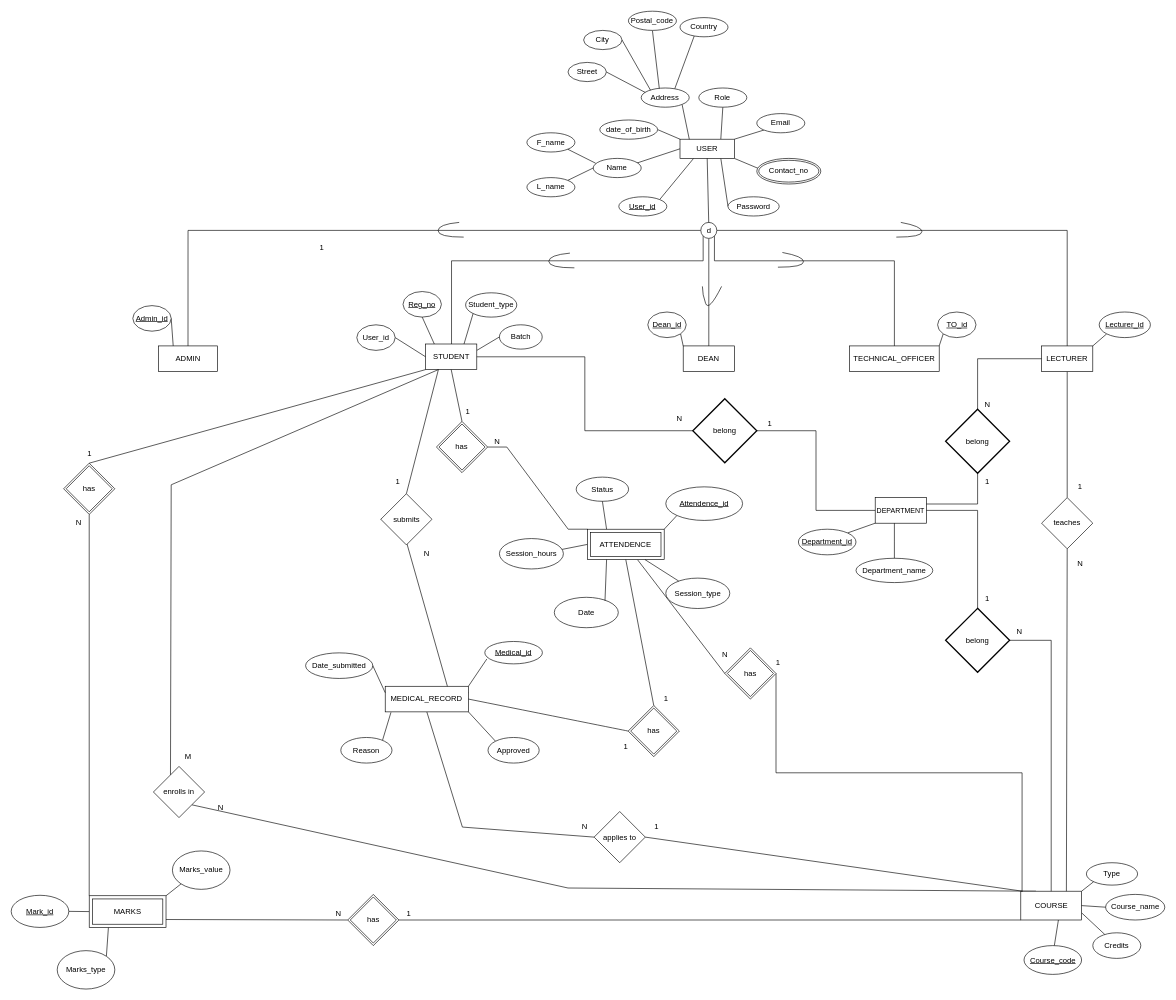
dilusharadeeshan/Student-Management-System keeps this draw.io diagram as page "Page-3" (2 of 2) of Resources/Updated EER and Mapping/EER and Mapping.drawio. Above is the earlier version. Source tidied: cells renumbered, new cells numbered last; positions are measured from the earlier drawing's top-left corner, leaving out a move shared by most shapes. Both pictures are drawn from the tidied source at 64%, with x=0, y=0 at pixel (11, 11).
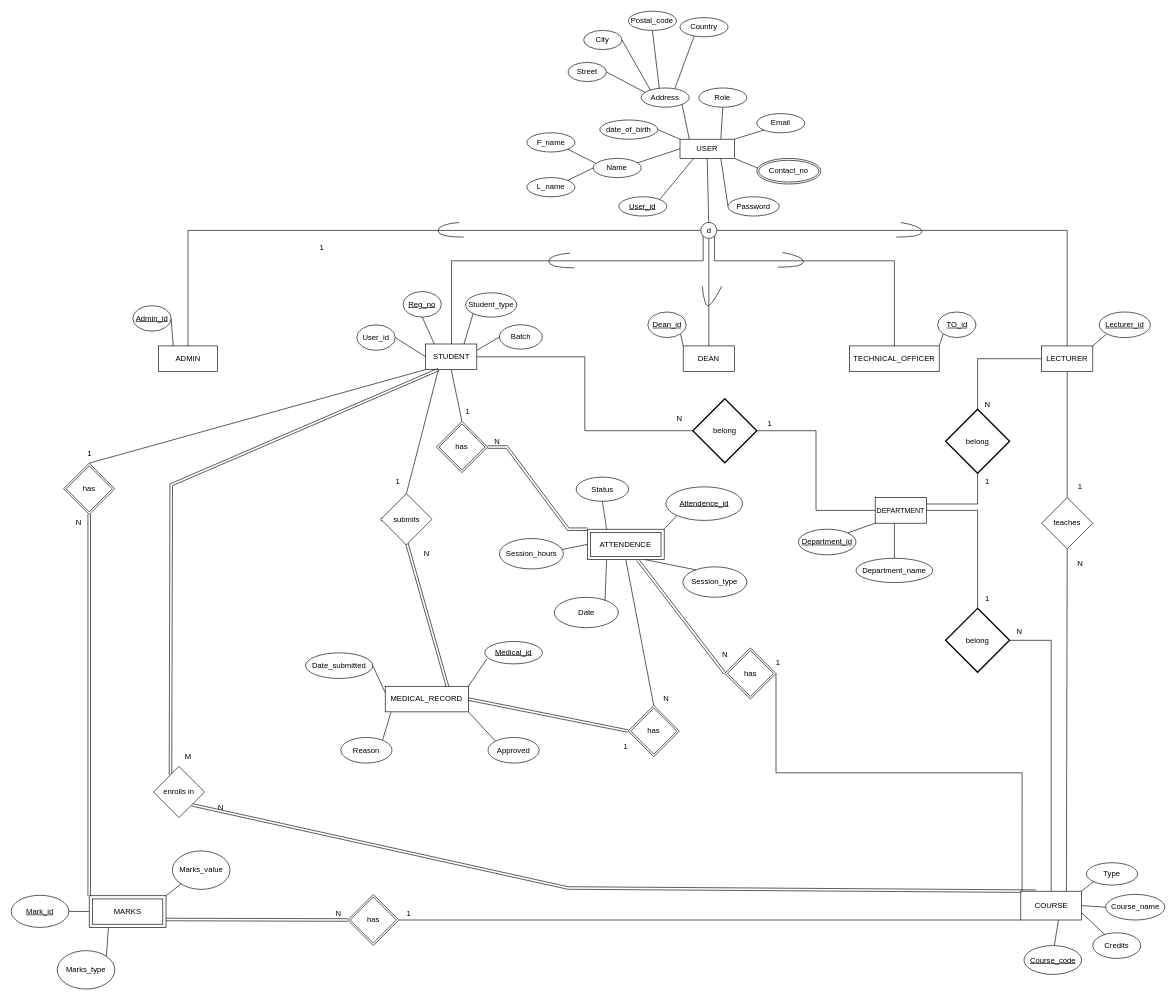
The same page after the edit.

Commit message (it also covers changes not shown here):
update eer , mapping

Unchanged cells that the change refers to:
```xml
<mxCell id="22" value="STUDENT" style="rounded=0;whiteSpace=wrap;html=1;strokeColor=default;strokeWidth=1;" parent="1" vertex="1">
  <mxGeometry x="647.5" y="520" width="80" height="40" as="geometry" />
</mxCell>
<mxCell id="35" value="COURSE" style="rounded=0;whiteSpace=wrap;html=1;strokeColor=default;strokeWidth=1;" parent="1" vertex="1">
  <mxGeometry x="1577.5" y="1375" width="95" height="45" as="geometry" />
</mxCell>
<mxCell id="41" value="ATTENDENCE" style="shape=ext;margin=3;double=1;whiteSpace=wrap;html=1;align=center;" parent="1" vertex="1">
  <mxGeometry x="900.3" y="809.4" width="120" height="47.5" as="geometry" />
</mxCell>
<mxCell id="45" value="MARKS" style="shape=ext;margin=3;double=1;whiteSpace=wrap;html=1;align=center;" parent="1" vertex="1">
  <mxGeometry x="121.9" y="1382.1" width="120" height="49.5" as="geometry" />
</mxCell>
<mxCell id="48" value="MEDICAL_RECORD" style="rounded=0;whiteSpace=wrap;html=1;strokeColor=default;strokeWidth=1;" parent="1" vertex="1">
  <mxGeometry x="584.4" y="1054.8" width="130" height="40" as="geometry" />
</mxCell>
<mxCell id="68" value="has" style="shape=rhombus;double=1;perimeter=rhombusPerimeter;whiteSpace=wrap;html=1;align=center;" parent="1" vertex="1">
  <mxGeometry x="525.8" y="1380" width="80" height="80" as="geometry" />
</mxCell>
<mxCell id="70" value="enrolls in" style="rhombus;whiteSpace=wrap;html=1;strokeColor=default;strokeWidth=1;" parent="1" vertex="1">
  <mxGeometry x="222.2" y="1180" width="80" height="80" as="geometry" />
</mxCell>
<mxCell id="73" value="has" style="shape=rhombus;double=1;perimeter=rhombusPerimeter;whiteSpace=wrap;html=1;align=center;" parent="1" vertex="1">
  <mxGeometry x="81.9" y="706.2" width="80" height="80" as="geometry" />
</mxCell>
<mxCell id="81" value="has" style="shape=rhombus;double=1;perimeter=rhombusPerimeter;whiteSpace=wrap;html=1;align=center;" parent="1" vertex="1">
  <mxGeometry x="664.4" y="641" width="80" height="80" as="geometry" />
</mxCell>
<mxCell id="83" value="submits" style="rhombus;whiteSpace=wrap;html=1;strokeColor=default;strokeWidth=1;" parent="1" vertex="1">
  <mxGeometry x="577.5" y="753.9" width="80" height="80" as="geometry" />
</mxCell>
<mxCell id="85" value="has" style="shape=rhombus;double=1;perimeter=rhombusPerimeter;whiteSpace=wrap;html=1;align=center;" parent="1" vertex="1">
  <mxGeometry x="1115" y="994.8" width="80" height="80" as="geometry" />
</mxCell>
<mxCell id="137" value="has" style="shape=rhombus;double=1;perimeter=rhombusPerimeter;whiteSpace=wrap;html=1;align=center;" parent="1" vertex="1">
  <mxGeometry x="964" y="1084.8" width="80" height="80" as="geometry" />
</mxCell>
```

Change to the diagram source:
```diff
@@
-    <mxCell id="17" style="rounded=0;jettySize=auto;html=1;exitX=1;exitY=1;exitDx=0;exitDy=0;entryX=0.25;entryY=0;entryDx=0;entryDy=0;endArrow=none;startFill=0;strokeColor=default;strokeWidth=1;" parent="1" edge="1" source="70" target="35">
+    <mxCell id="17" style="rounded=0;jettySize=auto;html=1;exitX=1;exitY=1;exitDx=0;exitDy=0;entryX=0.25;entryY=0;entryDx=0;entryDy=0;endArrow=none;startFill=0;strokeColor=default;strokeWidth=1;shape=link;" parent="1" edge="1" source="70" target="35">
       <mxGeometry relative="1" as="geometry">
         <Array as="points">
           <mxPoint x="870" y="1370" />
         </Array>
       </mxGeometry>
     </mxCell>
-    <mxCell id="18" style="edgeStyle=entityRelationEdgeStyle;rounded=0;jettySize=auto;html=1;exitX=1;exitY=0.5;exitDx=0;exitDy=0;entryX=0;entryY=0;entryDx=0;entryDy=0;endArrow=none;startFill=0;strokeColor=default;strokeWidth=1;" parent="1" edge="1" source="81" target="41">
+    <mxCell id="18" style="edgeStyle=entityRelationEdgeStyle;rounded=0;jettySize=auto;html=1;exitX=1;exitY=0.5;exitDx=0;exitDy=0;entryX=0;entryY=0;entryDx=0;entryDy=0;endArrow=none;startFill=0;strokeColor=default;strokeWidth=1;shape=link;" parent="1" edge="1" source="81" target="41">
       <mxGeometry relative="1" as="geometry" />
     </mxCell>
@@
-    <mxCell id="20" style="edgeStyle=entityRelationEdgeStyle;rounded=0;jettySize=auto;html=1;exitX=0;exitY=0.5;exitDx=0;exitDy=0;entryX=1;entryY=0.25;entryDx=0;entryDy=0;endArrow=none;startFill=0;strokeColor=default;strokeWidth=1;" parent="1" edge="1" source="83" target="48">
+    <mxCell id="20" style="edgeStyle=entityRelationEdgeStyle;rounded=0;jettySize=auto;html=1;exitX=0;exitY=0.5;exitDx=0;exitDy=0;entryX=1;entryY=0.25;entryDx=0;entryDy=0;endArrow=none;startFill=0;strokeColor=default;strokeWidth=1;shape=link;" parent="1" edge="1" source="83" target="48">
       <mxGeometry relative="1" as="geometry" />
     </mxCell>
@@
-    <mxCell id="32" style="rounded=0;jettySize=auto;html=1;exitX=0;exitY=0.5;exitDx=0;exitDy=0;endArrow=none;startFill=0;strokeColor=default;strokeWidth=1;" parent="1" edge="1" source="85" target="41">
+    <mxCell id="32" style="rounded=0;jettySize=auto;html=1;exitX=0;exitY=0.5;exitDx=0;exitDy=0;endArrow=none;startFill=0;strokeColor=default;strokeWidth=1;shape=link;" parent="1" edge="1" source="85" target="41">
       <mxGeometry relative="1" as="geometry" />
     </mxCell>
-    <mxCell id="33" style="rounded=0;jettySize=auto;html=1;exitX=0;exitY=0.5;exitDx=0;exitDy=0;entryX=1;entryY=0.75;entryDx=0;entryDy=0;endArrow=none;startFill=0;strokeColor=default;strokeWidth=1;" parent="1" edge="1" source="68" target="45">
+    <mxCell id="33" style="rounded=0;jettySize=auto;html=1;exitX=0;exitY=0.5;exitDx=0;exitDy=0;entryX=1;entryY=0.75;entryDx=0;entryDy=0;endArrow=none;startFill=0;strokeColor=default;strokeWidth=1;shape=link;" parent="1" edge="1" source="68" target="45">
       <mxGeometry relative="1" as="geometry" />
     </mxCell>
-    <mxCell id="34" style="rounded=0;jettySize=auto;html=1;exitX=0;exitY=0.5;exitDx=0;exitDy=0;entryX=0.5;entryY=1;entryDx=0;entryDy=0;endArrow=none;startFill=0;strokeColor=default;strokeWidth=1;" parent="1" edge="1" source="75" target="48">
-      <mxGeometry relative="1" as="geometry">
-        <Array as="points">
-          <mxPoint x="705" y="1274.8" />
-        </Array>
-      </mxGeometry>
-    </mxCell>
@@
-    <mxCell id="69" style="rounded=0;jettySize=auto;html=1;exitX=0.25;exitY=1;exitDx=0;exitDy=0;entryX=0.25;entryY=0;entryDx=0;entryDy=0;endArrow=none;startFill=0;strokeColor=default;strokeWidth=1;" parent="1" edge="1" source="22" target="70">
+    <mxCell id="69" style="rounded=0;jettySize=auto;html=1;exitX=0.25;exitY=1;exitDx=0;exitDy=0;entryX=0.25;entryY=0;entryDx=0;entryDy=0;endArrow=none;startFill=0;strokeColor=default;strokeWidth=1;shape=link;" parent="1" edge="1" source="22" target="70">
       <mxGeometry relative="1" as="geometry">
         <Array as="points">
           <mxPoint x="250" y="740" />
         </Array>
       </mxGeometry>
     </mxCell>
@@
-    <mxCell id="72" style="rounded=0;jettySize=auto;html=1;exitX=0.5;exitY=1;exitDx=0;exitDy=0;entryX=0;entryY=0;entryDx=0;entryDy=0;endArrow=none;endFill=1;startFill=0;strokeColor=default;strokeWidth=1;" parent="1" edge="1" source="73" target="45">
+    <mxCell id="72" style="rounded=0;jettySize=auto;html=1;exitX=0.5;exitY=1;exitDx=0;exitDy=0;entryX=0;entryY=0;entryDx=0;entryDy=0;endArrow=none;endFill=1;startFill=0;strokeColor=default;strokeWidth=1;shape=link;" parent="1" edge="1" source="73" target="45">
       <mxGeometry relative="1" as="geometry" />
     </mxCell>
@@
-    <mxCell id="74" style="rounded=0;jettySize=auto;html=1;entryX=1;entryY=0.5;entryDx=0;entryDy=0;endArrow=none;startFill=0;strokeColor=default;strokeWidth=1;" parent="1" edge="1" target="75">
-      <mxGeometry relative="1" as="geometry">
-        <mxPoint x="1580" y="1375" as="sourcePoint" />
-      </mxGeometry>
-    </mxCell>
-    <mxCell id="75" value="applies to" style="rhombus;whiteSpace=wrap;html=1;strokeColor=default;strokeWidth=1;" parent="1" vertex="1">
-      <mxGeometry x="910.8" y="1250.5" width="80" height="80" as="geometry" />
-    </mxCell>
@@
     <mxCell id="91" value="Session_type" style="ellipse;whiteSpace=wrap;html=1;strokeColor=default;strokeWidth=1;" parent="1" vertex="1">
-      <mxGeometry x="1022.8" y="885.8" width="100" height="47.5" as="geometry" />
+      <mxGeometry x="1049.4" y="868.2" width="100" height="47.5" as="geometry" />
     </mxCell>
@@
-    <mxCell id="126" value="1" style="text;html=1;align=center;verticalAlign=middle;strokeColor=none;fillColor=none;" parent="1" vertex="1">
-      <mxGeometry x="992.7" y="1260" width="30" height="30" as="geometry" />
-    </mxCell>
-    <mxCell id="127" value="N" style="text;html=1;align=center;verticalAlign=middle;strokeColor=none;fillColor=none;" parent="1" vertex="1">
-      <mxGeometry x="880.8" y="1260" width="30" height="30" as="geometry" />
-    </mxCell>
@@
-    <mxCell id="136" style="edgeStyle=none;curved=1;rounded=0;jettySize=auto;html=1;exitX=0;exitY=0.5;exitDx=0;exitDy=0;entryX=1;entryY=0.5;entryDx=0;entryDy=0;fontSize=12;startSize=8;endSize=8;endArrow=none;endFill=0;" parent="1" edge="1" source="137" target="48">
+    <mxCell id="136" style="edgeStyle=none;curved=1;rounded=0;jettySize=auto;html=1;exitX=0;exitY=0.5;exitDx=0;exitDy=0;entryX=1;entryY=0.5;entryDx=0;entryDy=0;fontSize=12;endArrow=none;endFill=0;shape=link;" parent="1" edge="1" source="137" target="48">
       <mxGeometry relative="1" as="geometry" />
     </mxCell>
@@
-    <mxCell id="139" value="1" style="text;html=1;align=center;verticalAlign=middle;strokeColor=none;fillColor=none;" parent="1" vertex="1">
+    <mxCell id="139" value="N" style="text;html=1;align=center;verticalAlign=middle;strokeColor=none;fillColor=none;" parent="1" vertex="1">
       <mxGeometry x="1007.5" y="1059.8" width="30" height="30" as="geometry" />
     </mxCell>
```
